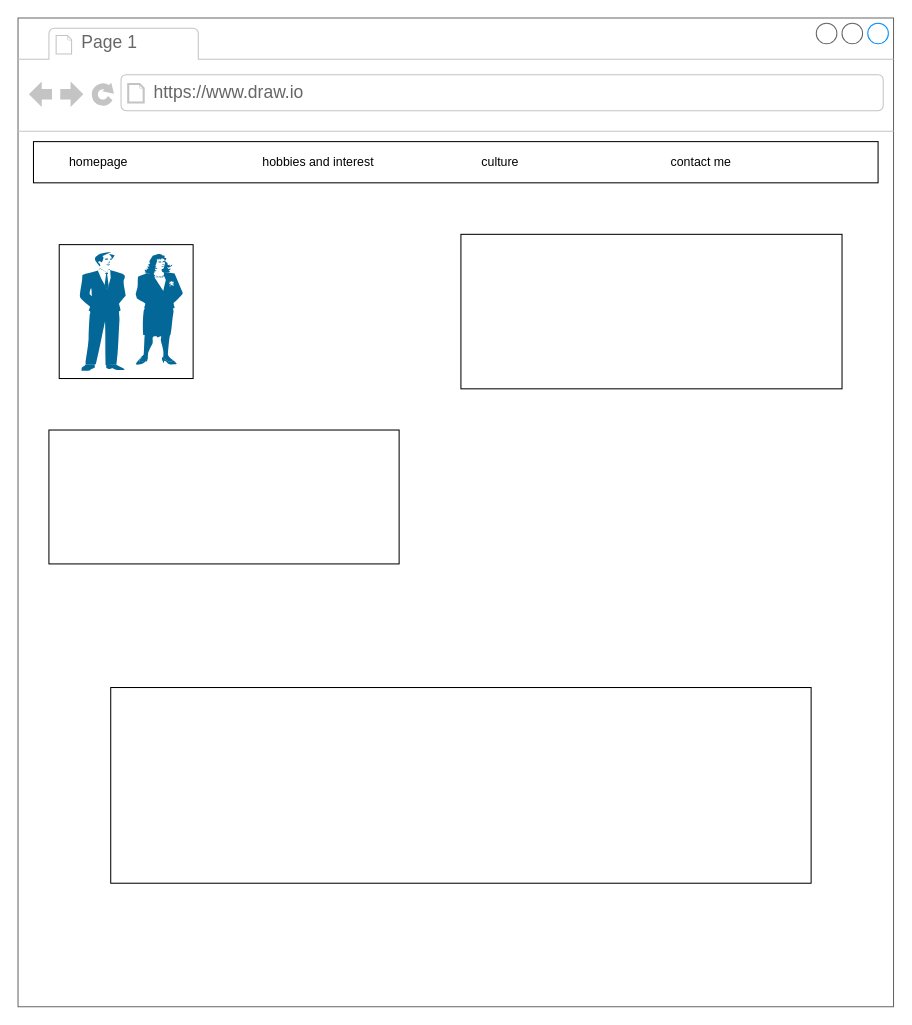
This is page "Page-3" (3 of 4) of layout.drawio from ASDAH-Digtal/91880-91884-Johnnysins808, a draw.io file, before an edit. Source tidied: cells renumbered, new cells numbered last; positions are measured from the earlier drawing's top-left corner, leaving out a move shared by most shapes. Both pictures are drawn from the tidied source at 103%, with x=0, y=0 at pixel (18, 18). Pictures stored in the file or linked from it are replaced by grey dashed boxes.
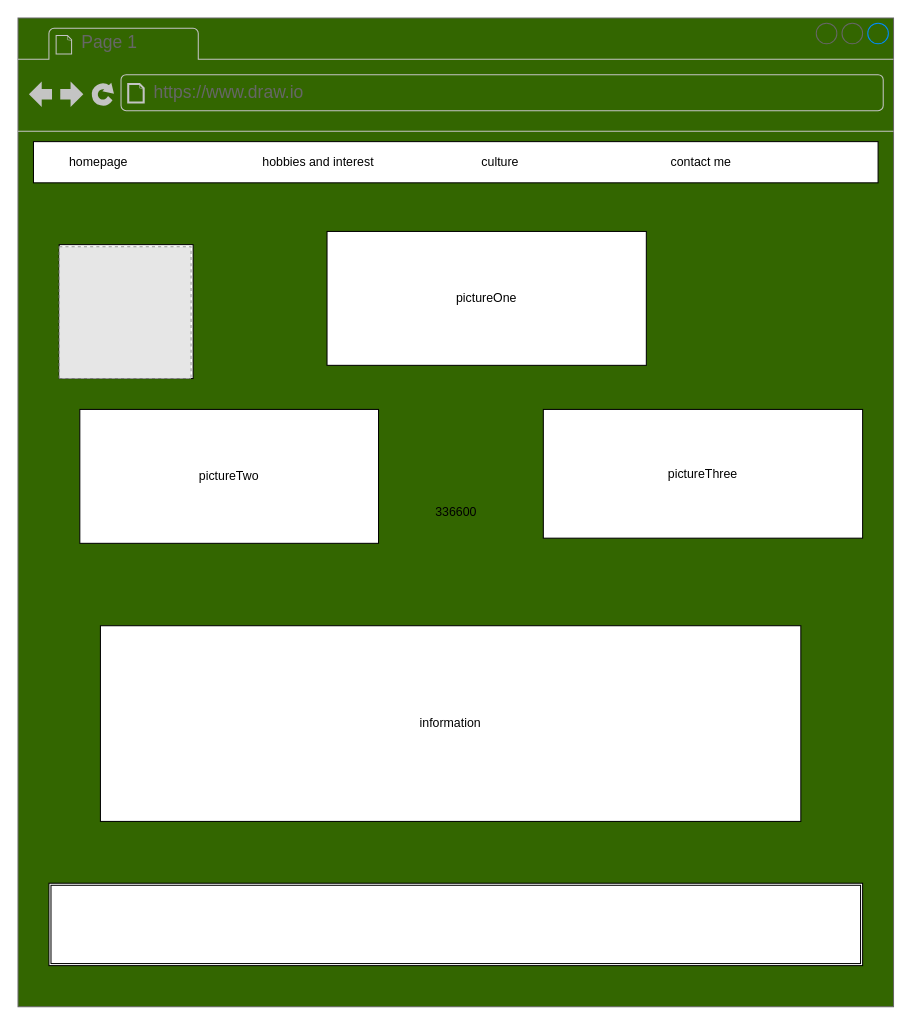
The same page after the edit.

Change to the diagram source:
```diff
@@
 <mxGraphModel>
   <root>
     <mxCell id="0" />
     <mxCell id="1" parent="0" />
-    <mxCell id="2" style="strokeWidth=1;shadow=0;dashed=0;align=center;html=1;shape=mxgraph.mockup.containers.browserWindow;rSize=0;strokeColor=#666666;strokeColor2=#008cff;strokeColor3=#c4c4c4;mainText=,;fillColor=#FFFFFF;" parent="1" vertex="1">
+    <mxCell id="2" value="&lt;span&gt;336600&lt;/span&gt;" style="strokeWidth=1;shadow=0;dashed=0;align=center;html=1;shape=mxgraph.mockup.containers.browserWindow;rSize=0;strokeColor=#666666;strokeColor2=#008cff;strokeColor3=#c4c4c4;mainText=,;fillColor=#336600;" parent="1" vertex="1">
       <mxGeometry width="850" height="960" as="geometry" />
     </mxCell>
     <mxCell id="3" value="Page 1" style="strokeWidth=1;shadow=0;dashed=0;align=center;html=1;shape=mxgraph.mockup.containers.anchor;fontSize=17;fontColor=#666666;align=left;" parent="2" vertex="1">
       <mxGeometry x="60" y="12" width="110" height="26" as="geometry" />
     </mxCell>
     <mxCell id="4" value="https://www.draw.io" style="strokeWidth=1;shadow=0;dashed=0;align=center;html=1;shape=mxgraph.mockup.containers.anchor;rSize=0;fontSize=17;fontColor=#666666;align=left;" parent="2" vertex="1">
       <mxGeometry x="130" y="60" width="250" height="26" as="geometry" />
     </mxCell>
     <mxCell id="5" style="rounded=0;whiteSpace=wrap;html=1;shadow=0;fillColor=#FFFFFF;" parent="2" vertex="1">
       <mxGeometry x="15" y="120" width="820" height="40" as="geometry" />
     </mxCell>
     <mxCell id="6" value="homepage&amp;nbsp;" style="text;html=1;strokeColor=none;fillColor=none;align=center;verticalAlign=middle;whiteSpace=wrap;rounded=0;shadow=0;" parent="2" vertex="1">
       <mxGeometry x="60" y="130" width="40" height="20" as="geometry" />
     </mxCell>
     <mxCell id="7" value="hobbies and interest&amp;nbsp;&amp;nbsp;" style="text;html=1;strokeColor=none;fillColor=none;align=center;verticalAlign=middle;whiteSpace=wrap;rounded=0;shadow=0;" parent="2" vertex="1">
       <mxGeometry x="230" y="130" width="130" height="20" as="geometry" />
     </mxCell>
     <mxCell id="8" value="culture&amp;nbsp;" style="text;html=1;strokeColor=none;fillColor=none;align=center;verticalAlign=middle;whiteSpace=wrap;rounded=0;shadow=0;" parent="2" vertex="1">
       <mxGeometry x="450" y="130" width="40" height="20" as="geometry" />
     </mxCell>
     <mxCell id="9" value="contact me&amp;nbsp;" style="text;html=1;strokeColor=none;fillColor=none;align=center;verticalAlign=middle;whiteSpace=wrap;rounded=0;shadow=0;" parent="2" vertex="1">
       <mxGeometry x="620" y="130" width="90" height="20" as="geometry" />
     </mxCell>
     <mxCell id="10" style="whiteSpace=wrap;html=1;shadow=0;fillColor=#FFFFFF;" parent="2" vertex="1">
       <mxGeometry x="40" y="220" width="130" height="130" as="geometry" />
     </mxCell>
-    <mxCell id="11" style="shape=mxgraph.cisco.people.man_woman;html=1;dashed=0;fillColor=#036897;strokeColor=#ffffff;strokeWidth=2;verticalLabelPosition=bottom;verticalAlign=top;align=center;shadow=0;" parent="2" vertex="1">
-      <mxGeometry x="60" y="227.5" width="100" height="115" as="geometry" />
-    </mxCell>
-    <mxCell id="12" style="rounded=0;whiteSpace=wrap;html=1;shadow=0;fillColor=#FFFFFF;" parent="2" vertex="1">
-      <mxGeometry x="430" y="210" width="370" height="150" as="geometry" />
+    <mxCell id="12" value="pictureOne" style="rounded=0;whiteSpace=wrap;html=1;shadow=0;fillColor=#FFFFFF;" parent="2" vertex="1">
+      <mxGeometry x="300" y="207.2" width="310" height="130" as="geometry" />
     </mxCell>
-    <mxCell id="13" style="rounded=0;whiteSpace=wrap;html=1;shadow=0;fillColor=#FFFFFF;" parent="2" vertex="1">
-      <mxGeometry x="30" y="400" width="340" height="130" as="geometry" />
+    <mxCell id="13" value="pictureTwo" style="rounded=0;whiteSpace=wrap;html=1;shadow=0;fillColor=#FFFFFF;" parent="2" vertex="1">
+      <mxGeometry x="60" y="380" width="290" height="130" as="geometry" />
     </mxCell>
-    <mxCell id="14" style="rounded=0;whiteSpace=wrap;html=1;shadow=0;fillColor=#FFFFFF;" parent="2" vertex="1">
-      <mxGeometry x="90" y="650" width="680" height="190" as="geometry" />
+    <mxCell id="14" value="information" style="rounded=0;whiteSpace=wrap;html=1;shadow=0;fillColor=#FFFFFF;" parent="2" vertex="1">
+      <mxGeometry x="80" y="590" width="680" height="190" as="geometry" />
     </mxCell>
+    <mxCell id="15" value="pictureThree" style="rounded=0;whiteSpace=wrap;html=1;" parent="2" vertex="1">
+      <mxGeometry x="510" y="380" width="310" height="125" as="geometry" />
+    </mxCell>
+    <mxCell id="16" style="fillColor=#E6E6E6;strokeColor=#999999;dashed=1;html=1;verticalAlign=top;verticalLabelPosition=bottom;labelBackgroundColor=#ffffff;" parent="2" vertex="1">
+      <mxGeometry x="40" y="222" width="128" height="128" as="geometry" />
+    </mxCell>
+    <mxCell id="17" style="shape=ext;double=1;rounded=0;whiteSpace=wrap;html=1;" parent="2" vertex="1">
+      <mxGeometry x="30" y="840" width="790" height="80" as="geometry" />
+    </mxCell>
   </root>
 </mxGraphModel>
```
